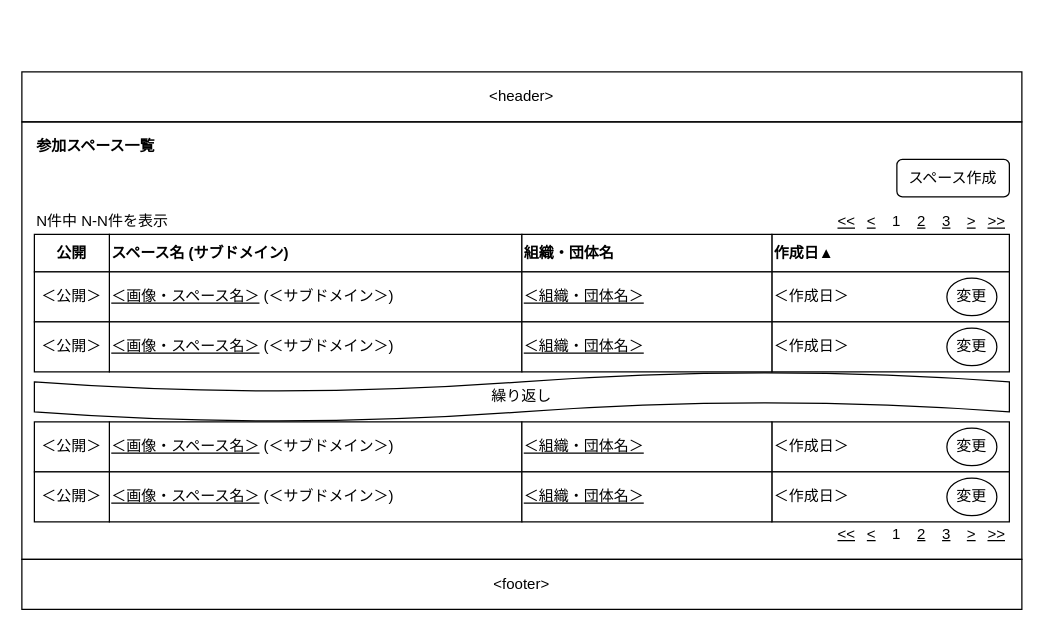
Before: 設計/画面設計/参加スペース一覧.drawio in nightonlypj/rails-app-origin, a draw.io diagram. Source tidied: cells renumbered, new cells numbered last; positions are measured from the earlier drawing's top-left corner, leaving out a move shared by most shapes. Both pictures are drawn from the tidied source at 125%, with x=0, y=0 at pixel (21, 71).
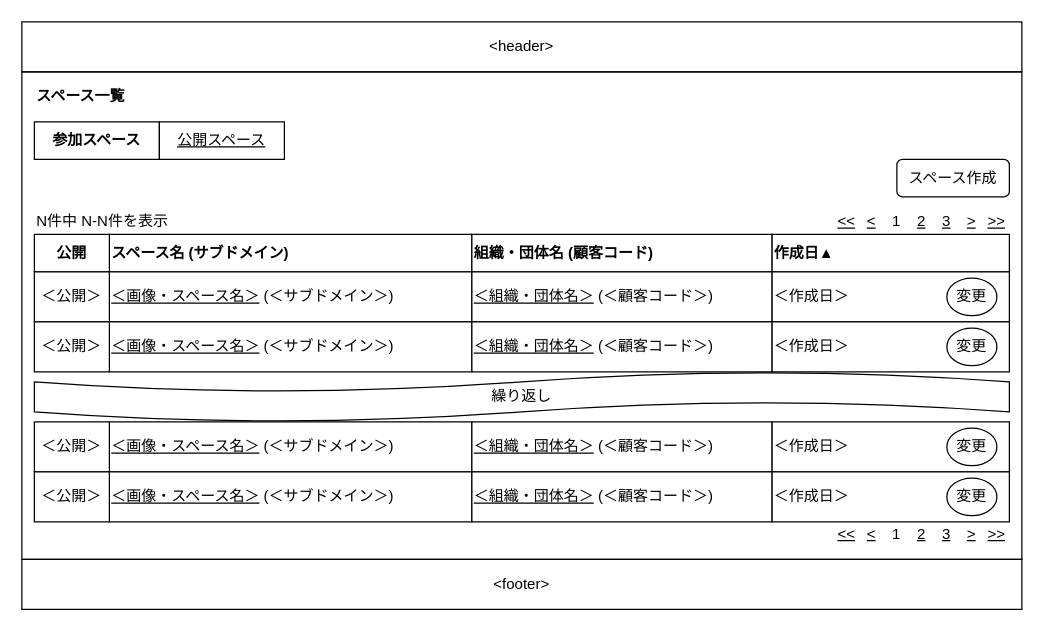
Above is the later version.

Diff of the diagram source:
```diff
@@
     <mxCell id="2" value="&amp;lt;header&amp;gt;" style="rounded=0;whiteSpace=wrap;html=1;fillColor=none;" parent="1" vertex="1">
-      <mxGeometry width="800" height="40" as="geometry" />
+      <mxGeometry y="-40" width="800" height="40" as="geometry" />
     </mxCell>
     <mxCell id="3" style="rounded=0;whiteSpace=wrap;html=1;fillColor=none;" parent="1" vertex="1">
-      <mxGeometry y="40" width="800" height="350" as="geometry" />
+      <mxGeometry width="800" height="390" as="geometry" />
     </mxCell>
-    <mxCell id="4" value="&lt;b&gt;参加スペース一覧&lt;/b&gt;" style="text;html=1;strokeColor=none;fillColor=none;align=left;verticalAlign=middle;whiteSpace=wrap;rounded=0;" parent="1" vertex="1">
-      <mxGeometry x="10" y="50" width="110" height="20" as="geometry" />
+    <mxCell id="4" value="&lt;b&gt;スペース一覧&lt;/b&gt;" style="text;html=1;strokeColor=none;fillColor=none;align=left;verticalAlign=middle;whiteSpace=wrap;rounded=0;" parent="1" vertex="1">
+      <mxGeometry x="10" y="10" width="80" height="20" as="geometry" />
     </mxCell>
@@
     <mxCell id="24" value="&lt;b&gt;スペース名 (サブドメイン)&lt;/b&gt;" style="rounded=0;whiteSpace=wrap;html=1;align=left;" parent="1" vertex="1">
-      <mxGeometry x="70" y="130" width="330" height="30" as="geometry" />
+      <mxGeometry x="70" y="130" width="290" height="30" as="geometry" />
     </mxCell>
     <mxCell id="25" value="&lt;u&gt;＜画像・スペース名＞&lt;/u&gt; (＜サブドメイン＞)" style="rounded=0;whiteSpace=wrap;html=1;align=left;" parent="1" vertex="1">
-      <mxGeometry x="70" y="160" width="330" height="40" as="geometry" />
+      <mxGeometry x="70" y="160" width="290" height="40" as="geometry" />
     </mxCell>
@@
-    <mxCell id="27" value="&lt;b&gt;組織・団体名&lt;/b&gt;" style="rounded=0;whiteSpace=wrap;html=1;align=left;" parent="1" vertex="1">
-      <mxGeometry x="400" y="130" width="200" height="30" as="geometry" />
+    <mxCell id="27" value="&lt;b&gt;組織・団体名 (顧客コード)&lt;/b&gt;" style="rounded=0;whiteSpace=wrap;html=1;align=left;" parent="1" vertex="1">
+      <mxGeometry x="360" y="130" width="240" height="30" as="geometry" />
     </mxCell>
@@
-    <mxCell id="29" value="&lt;u&gt;＜組織・団体名＞&lt;/u&gt;" style="rounded=0;whiteSpace=wrap;html=1;align=left;" parent="1" vertex="1">
-      <mxGeometry x="400" y="160" width="200" height="40" as="geometry" />
+    <mxCell id="29" value="&lt;u&gt;＜組織・団体名＞&lt;/u&gt; (＜顧客コード＞)" style="rounded=0;whiteSpace=wrap;html=1;align=left;" parent="1" vertex="1">
+      <mxGeometry x="360" y="160" width="240" height="40" as="geometry" />
     </mxCell>
@@
     <mxCell id="32" value="&lt;u&gt;＜画像・スペース名＞&lt;/u&gt;&amp;nbsp;(＜サブドメイン＞)" style="rounded=0;whiteSpace=wrap;html=1;align=left;" parent="1" vertex="1">
-      <mxGeometry x="70" y="200" width="330" height="40" as="geometry" />
+      <mxGeometry x="70" y="200" width="290" height="40" as="geometry" />
     </mxCell>
@@
-    <mxCell id="34" value="&lt;u&gt;＜組織・団体名＞&lt;/u&gt;" style="rounded=0;whiteSpace=wrap;html=1;align=left;" parent="1" vertex="1">
-      <mxGeometry x="400" y="200" width="200" height="40" as="geometry" />
+    <mxCell id="34" value="&lt;u&gt;＜組織・団体名＞&lt;/u&gt;&amp;nbsp;(＜顧客コード＞)" style="rounded=0;whiteSpace=wrap;html=1;align=left;" parent="1" vertex="1">
+      <mxGeometry x="360" y="200" width="240" height="40" as="geometry" />
     </mxCell>
@@
     <mxCell id="36" value="&lt;u&gt;＜画像・スペース名＞&lt;/u&gt;&amp;nbsp;(＜サブドメイン＞)" style="rounded=0;whiteSpace=wrap;html=1;align=left;" parent="1" vertex="1">
-      <mxGeometry x="70" y="280" width="330" height="40" as="geometry" />
+      <mxGeometry x="70" y="280" width="290" height="40" as="geometry" />
     </mxCell>
@@
-    <mxCell id="38" value="&lt;u&gt;＜組織・団体名＞&lt;/u&gt;" style="rounded=0;whiteSpace=wrap;html=1;align=left;" parent="1" vertex="1">
-      <mxGeometry x="400" y="280" width="200" height="40" as="geometry" />
+    <mxCell id="38" value="&lt;u&gt;＜組織・団体名＞&lt;/u&gt;&amp;nbsp;(＜顧客コード＞)" style="rounded=0;whiteSpace=wrap;html=1;align=left;" parent="1" vertex="1">
+      <mxGeometry x="360" y="280" width="240" height="40" as="geometry" />
     </mxCell>
@@
     <mxCell id="40" value="&lt;u&gt;＜画像・スペース名＞&lt;/u&gt;&amp;nbsp;(＜サブドメイン＞)" style="rounded=0;whiteSpace=wrap;html=1;align=left;" parent="1" vertex="1">
-      <mxGeometry x="70" y="320" width="330" height="40" as="geometry" />
+      <mxGeometry x="70" y="320" width="290" height="40" as="geometry" />
     </mxCell>
@@
-    <mxCell id="42" value="&lt;u&gt;＜組織・団体名＞&lt;/u&gt;" style="rounded=0;whiteSpace=wrap;html=1;align=left;" parent="1" vertex="1">
-      <mxGeometry x="400" y="320" width="200" height="40" as="geometry" />
+    <mxCell id="42" value="&lt;u&gt;＜組織・団体名＞&lt;/u&gt;&amp;nbsp;(＜顧客コード＞)" style="rounded=0;whiteSpace=wrap;html=1;align=left;" parent="1" vertex="1">
+      <mxGeometry x="360" y="320" width="240" height="40" as="geometry" />
     </mxCell>
@@
+    <mxCell id="49" value="&lt;b&gt;参加スペース&lt;/b&gt;" style="rounded=0;whiteSpace=wrap;html=1;" parent="1" vertex="1">
+      <mxGeometry x="10" y="40" width="100" height="30" as="geometry" />
+    </mxCell>
+    <mxCell id="50" value="&lt;u&gt;公開スペース&lt;/u&gt;" style="rounded=0;whiteSpace=wrap;html=1;" parent="1" vertex="1">
+      <mxGeometry x="110" y="40" width="100" height="30" as="geometry" />
+    </mxCell>
```
